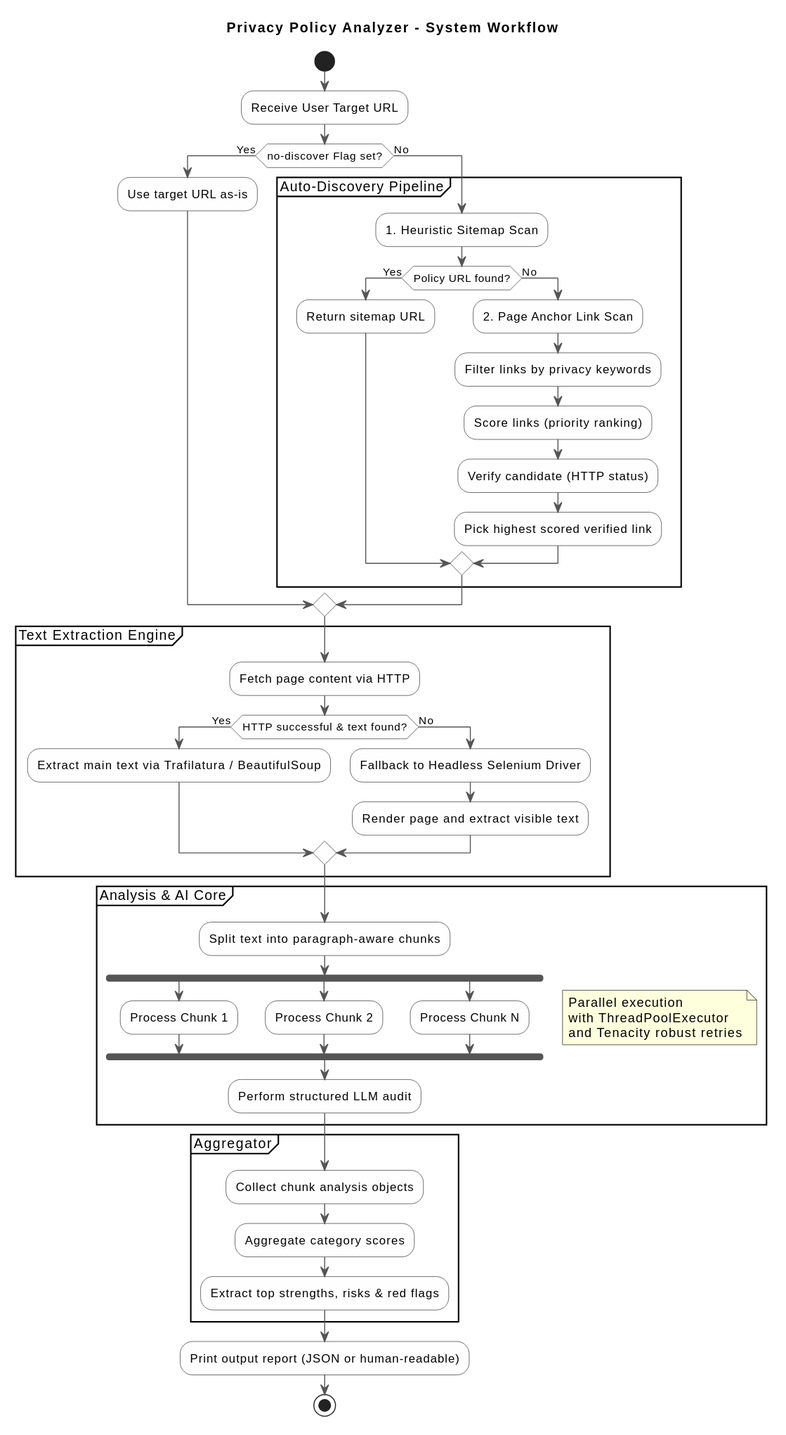
The PlantUML diagram docs/workflow.svg in myz21/privacy-policy-analyzer, before a commit.
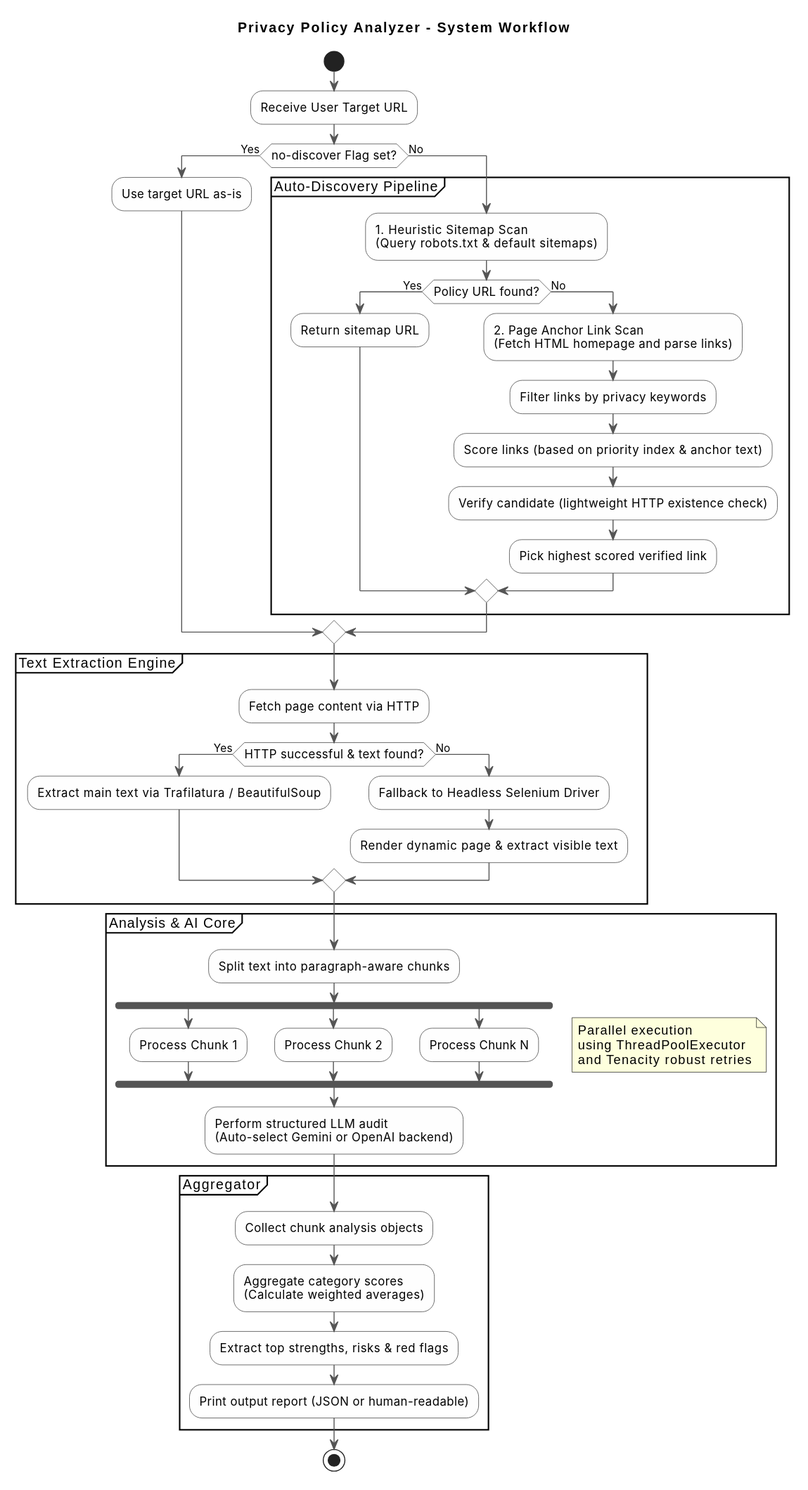
The same diagram one commit later.

What changed in the source:
```diff
@@ -2,7 +2,16 @@
 skinparam theme carbon
 skinparam ActivityBackgroundColor #FEFEFE
 skinparam ActivityBorderColor #333333
+skinparam ActivityFontName "Outfit", "Inter", sans-serif
+skinparam ActivityFontSize 12
 skinparam ArrowColor #555555
+skinparam ArrowFontName "Outfit", "Inter", sans-serif
+skinparam ArrowFontSize 11
+skinparam ConditionStyle inside
+skinparam DiamondBackgroundColor #FEFEFE
+skinparam DiamondBorderColor #333333
+skinparam DiamondFontName "Outfit", "Inter", sans-serif
+skinparam DiamondFontSize 11
 
 title Privacy Policy Analyzer - System Workflow
 
@@ -14,14 +23,14 @@
   :Use target URL as-is;
 else (No)
   partition "Auto-Discovery Pipeline" {
-    :1. Heuristic Sitemap Scan;
+    :1. Heuristic Sitemap Scan\n(Query robots.txt & default sitemaps);
     if (Policy URL found?) then (Yes)
       :Return sitemap URL;
     else (No)
-      :2. Page Anchor Link Scan;
+      :2. Page Anchor Link Scan\n(Fetch HTML homepage and parse links);
       :Filter links by privacy keywords;
-      :Score links (priority ranking);
-      :Verify candidate (HTTP status);
+      :Score links (based on priority index & anchor text);
+      :Verify candidate (lightweight HTTP existence check);
       :Pick highest scored verified link;
     endif
   }
@@ -33,7 +42,7 @@
     :Extract main text via Trafilatura / BeautifulSoup;
   else (No)
     :Fallback to Headless Selenium Driver;
-    :Render page and extract visible text;
+    :Render dynamic page & extract visible text;
   endif
 }
 
@@ -48,18 +57,21 @@
     :Process Chunk N;
   end fork
 
-  note right: Parallel execution\nwith ThreadPoolExecutor\nand Tenacity robust retries
+  note right
+    Parallel execution
+    using ThreadPoolExecutor
+    and Tenacity robust retries
+  end note
 
-  :Perform structured LLM audit;
+  :Perform structured LLM audit\n(Auto-select Gemini or OpenAI backend);
 }
 
 partition "Aggregator" {
   :Collect chunk analysis objects;
-  :Aggregate category scores;
+  :Aggregate category scores\n(Calculate weighted averages);
   :Extract top strengths, risks & red flags;
+  :Print output report (JSON or human-readable);
 }
 
-:Print output report (JSON or human-readable);
-
 stop
-@endum
+@enduml
```
